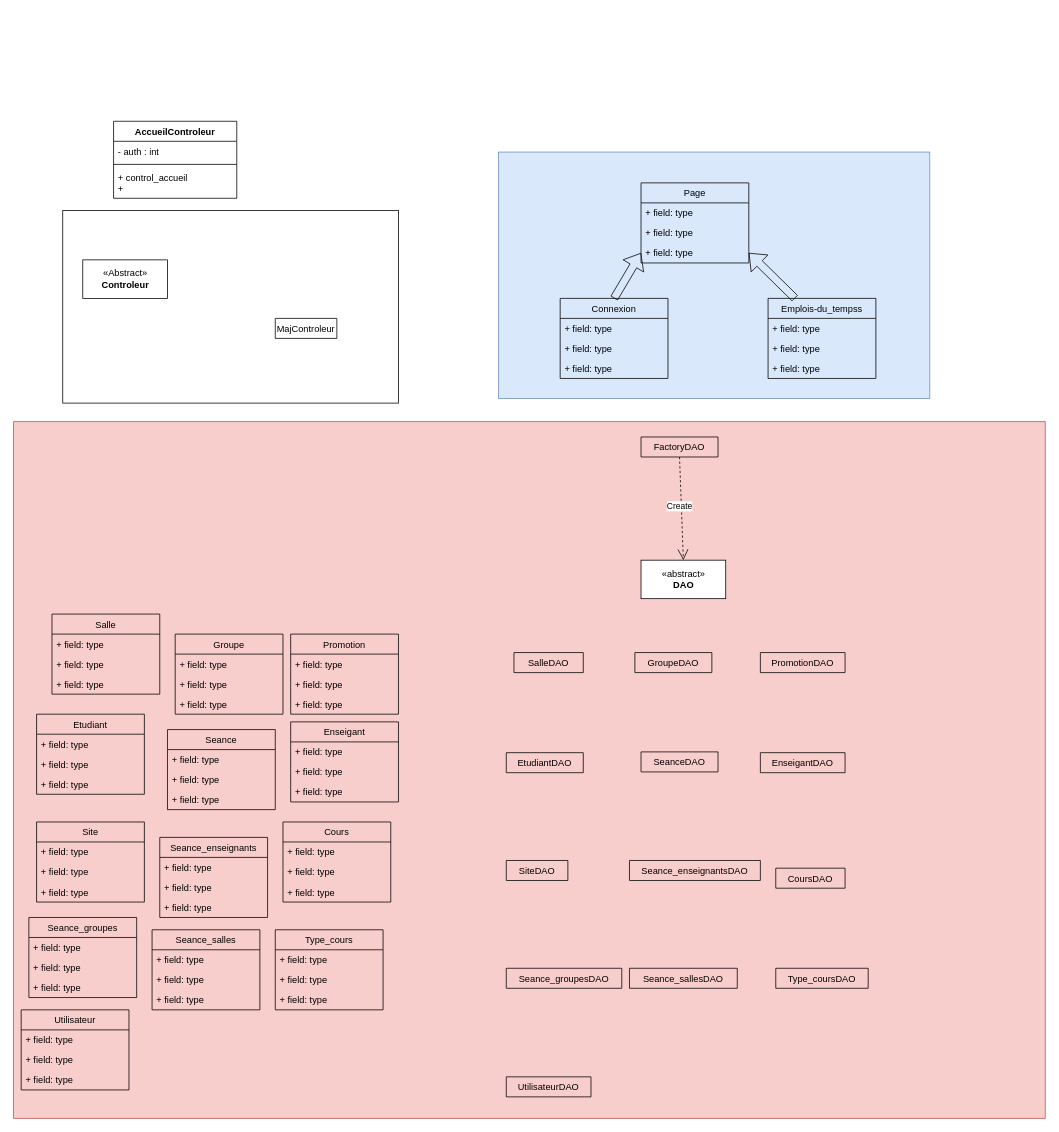
The draw.io diagram diagramme.drawio in jorgeayllon1/Java-Project, before the edit. Source tidied: cells renumbered, new cells numbered last; positions are measured from the earlier drawing's top-left corner, leaving out a move shared by most shapes. Both pictures are drawn from the tidied source at 77%, with x=0, y=0 at pixel (13, 121).
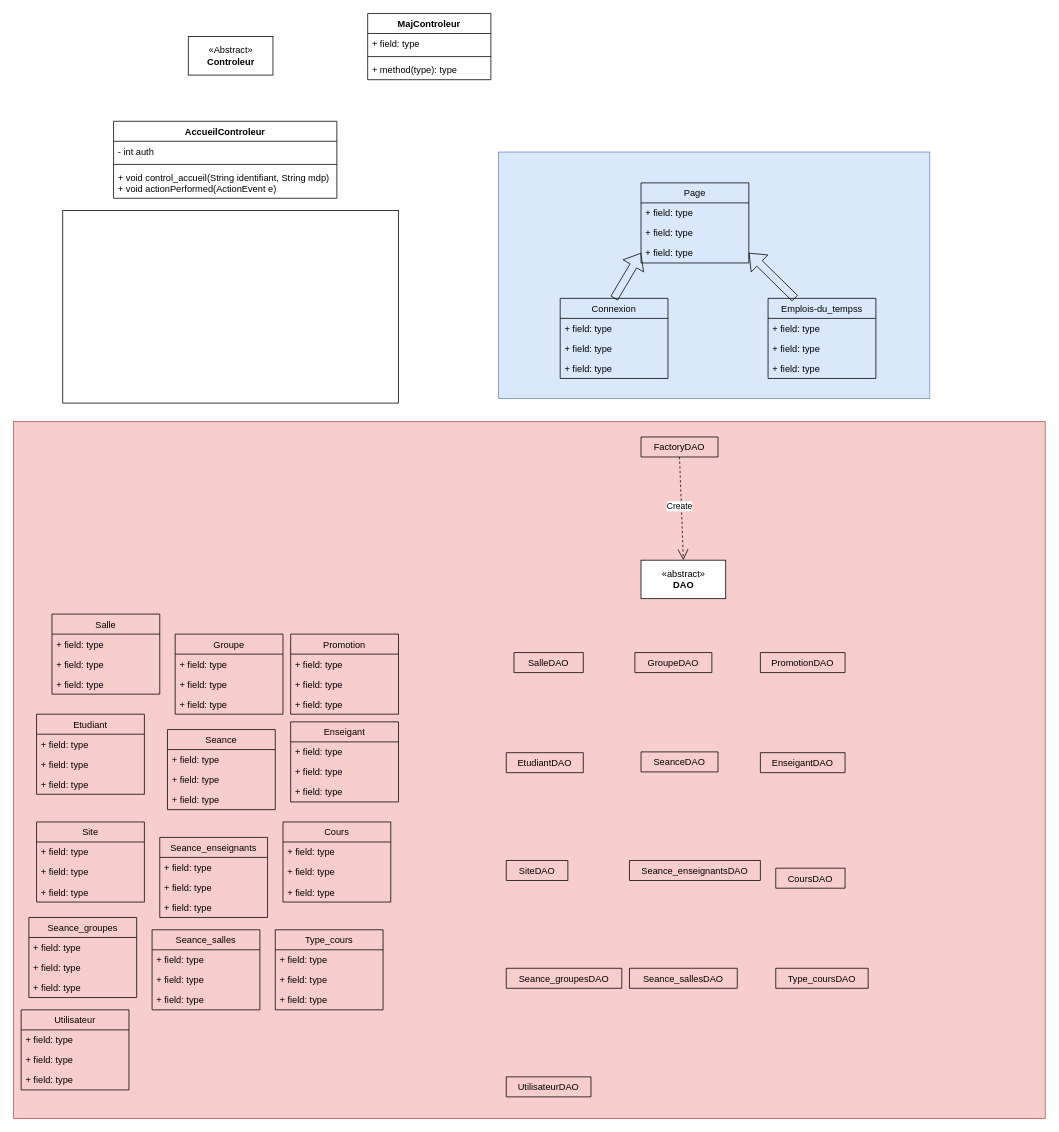
Above is the later version.

What changed in the source:
```diff
@@
-    <mxCell id="73" value="MajControleur" style="swimlane;fontStyle=0;horizontal=1;startSize=26;fillColor=none;" parent="1" vertex="1" collapsed="1">
-      <mxGeometry x="340" y="256" width="80" height="26" as="geometry" />
-    </mxCell>
@@
     <mxCell id="88" value="«Abstract»&lt;br&gt;&lt;b&gt;Controleur&lt;/b&gt;" style="html=1;" parent="1" vertex="1">
-      <mxGeometry x="90" y="180" width="110" height="50" as="geometry" />
+      <mxGeometry x="227" y="-110" width="110" height="50" as="geometry" />
     </mxCell>
     <mxCell id="89" value="AccueilControleur" style="swimlane;fontStyle=1;align=center;verticalAlign=top;horizontal=1;startSize=26;" parent="1" vertex="1">
-      <mxGeometry x="130" width="160" height="100" as="geometry" />
+      <mxGeometry x="130" width="290" height="100" as="geometry" />
     </mxCell>
-    <mxCell id="90" value="- auth : int" style="text;strokeColor=none;fillColor=none;align=left;verticalAlign=top;spacingLeft=4;spacingRight=4;overflow=hidden;" parent="89" vertex="1">
-      <mxGeometry y="26" width="160" height="26" as="geometry" />
+    <mxCell id="90" value="- int auth" style="text;strokeColor=none;fillColor=none;align=left;verticalAlign=top;spacingLeft=4;spacingRight=4;overflow=hidden;" parent="89" vertex="1">
+      <mxGeometry y="26" width="290" height="26" as="geometry" />
     </mxCell>
     <mxCell id="91" style="line;strokeWidth=1;fillColor=none;align=left;verticalAlign=middle;spacingTop=-1;spacingLeft=3;spacingRight=3;labelPosition=right;" parent="89" vertex="1">
-      <mxGeometry y="52" width="160" height="8" as="geometry" />
+      <mxGeometry y="52" width="290" height="8" as="geometry" />
     </mxCell>
-    <mxCell id="92" value="+ control_accueil&#10;+ " style="text;strokeColor=none;fillColor=none;align=left;verticalAlign=top;spacingLeft=4;spacingRight=4;overflow=hidden;" parent="89" vertex="1">
-      <mxGeometry y="60" width="160" height="40" as="geometry" />
+    <mxCell id="92" value="+ void control_accueil(String identifiant, String mdp)&#10;+ void actionPerformed(ActionEvent e)" style="text;strokeColor=none;fillColor=none;align=left;verticalAlign=top;spacingLeft=4;spacingRight=4;overflow=hidden;" parent="89" vertex="1">
+      <mxGeometry y="60" width="290" height="40" as="geometry" />
     </mxCell>
+    <mxCell id="73" value="MajControleur" style="swimlane;fontStyle=1;align=center;verticalAlign=top;horizontal=1;startSize=26;" parent="1" vertex="1">
+      <mxGeometry x="460" y="-140" width="160" height="86" as="geometry" />
+    </mxCell>
+    <mxCell id="93" value="+ field: type" style="text;strokeColor=none;fillColor=none;align=left;verticalAlign=top;spacingLeft=4;spacingRight=4;overflow=hidden;" parent="73" vertex="1">
+      <mxGeometry y="26" width="160" height="26" as="geometry" />
+    </mxCell>
+    <mxCell id="94" style="line;strokeWidth=1;fillColor=none;align=left;verticalAlign=middle;spacingTop=-1;spacingLeft=3;spacingRight=3;labelPosition=right;" parent="73" vertex="1">
+      <mxGeometry y="52" width="160" height="8" as="geometry" />
+    </mxCell>
+    <mxCell id="95" value="+ method(type): type" style="text;strokeColor=none;fillColor=none;align=left;verticalAlign=top;spacingLeft=4;spacingRight=4;overflow=hidden;" parent="73" vertex="1">
+      <mxGeometry y="60" width="160" height="26" as="geometry" />
+    </mxCell>
```
